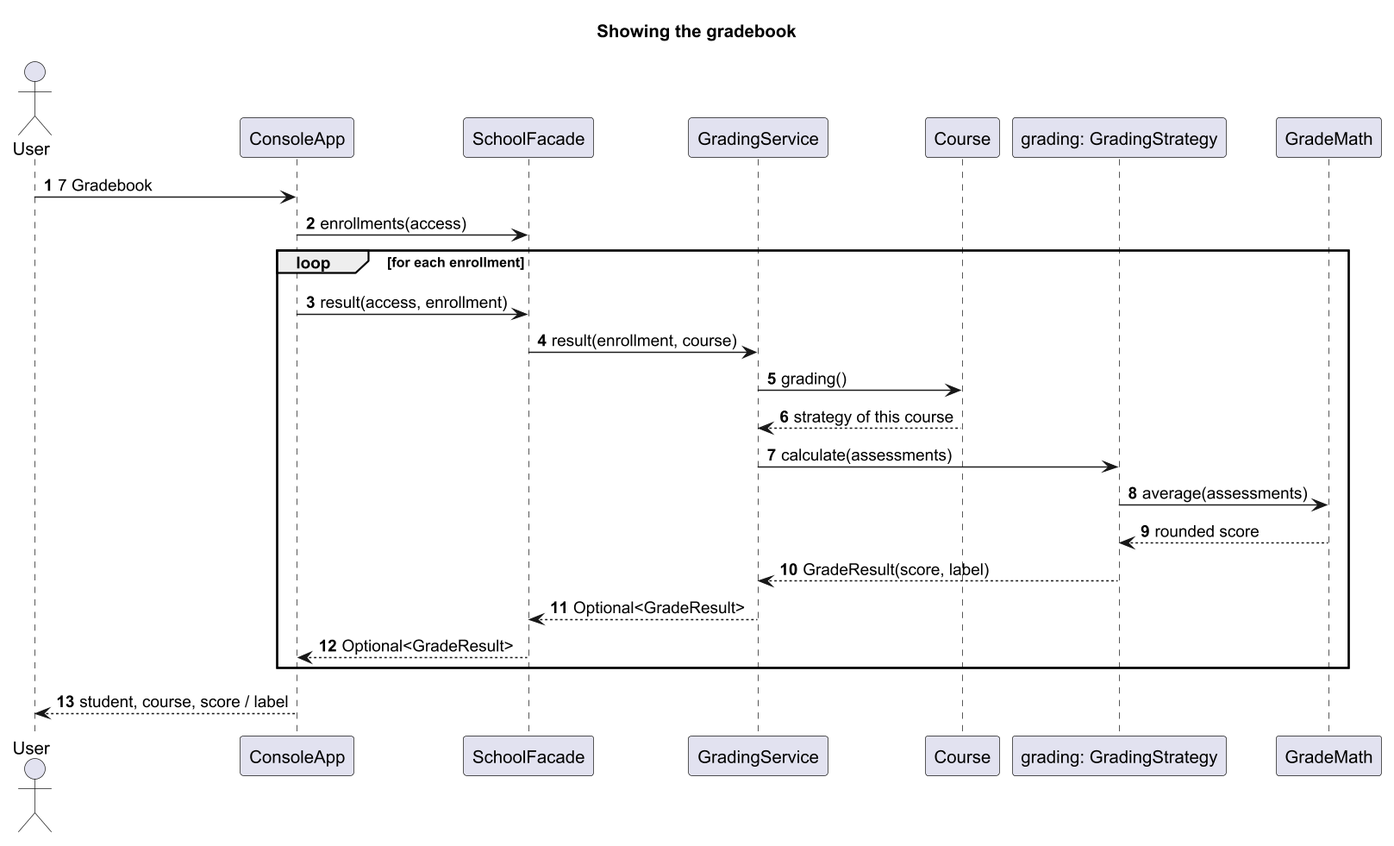
This is docs/images/sequence-gradebook.png from Asylstyle/school-management-system, a PlantUML export, as it was before one commit.
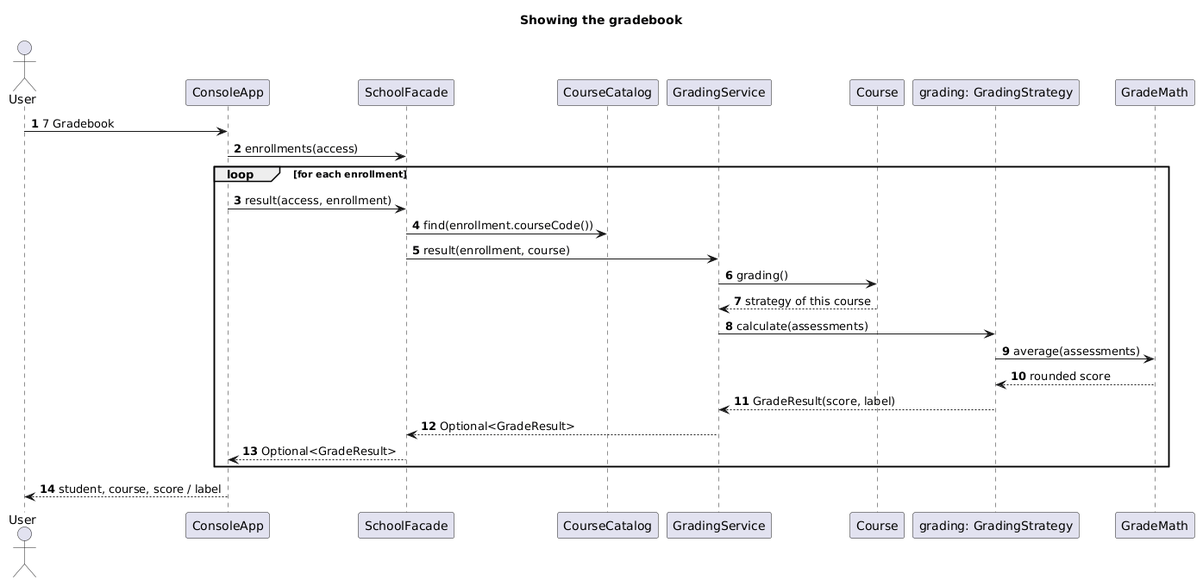
After the commit.

The edit, as a diff of the source:
```diff
@@ -1,5 +1,4 @@
-@startuml sequence-gradebook
-skinparamlocked dpi 140
+@startuml
 title Showing the gradebook
 skinparam shadowing false
 autonumber
@@ -7,6 +6,7 @@
 actor User
 participant ConsoleApp
 participant SchoolFacade
+participant CourseCatalog
 participant GradingService
 participant Course
 participant "grading: GradingStrategy" as Strategy
@@ -16,6 +16,7 @@
 ConsoleApp -> SchoolFacade : enrollments(access)
 loop for each enrollment
   ConsoleApp -> SchoolFacade : result(access, enrollment)
+  SchoolFacade -> CourseCatalog : find(enrollment.courseCode())
   SchoolFacade -> GradingService : result(enrollment, course)
   GradingService -> Course : grading()
   Course --> GradingService : strategy of this course
```
